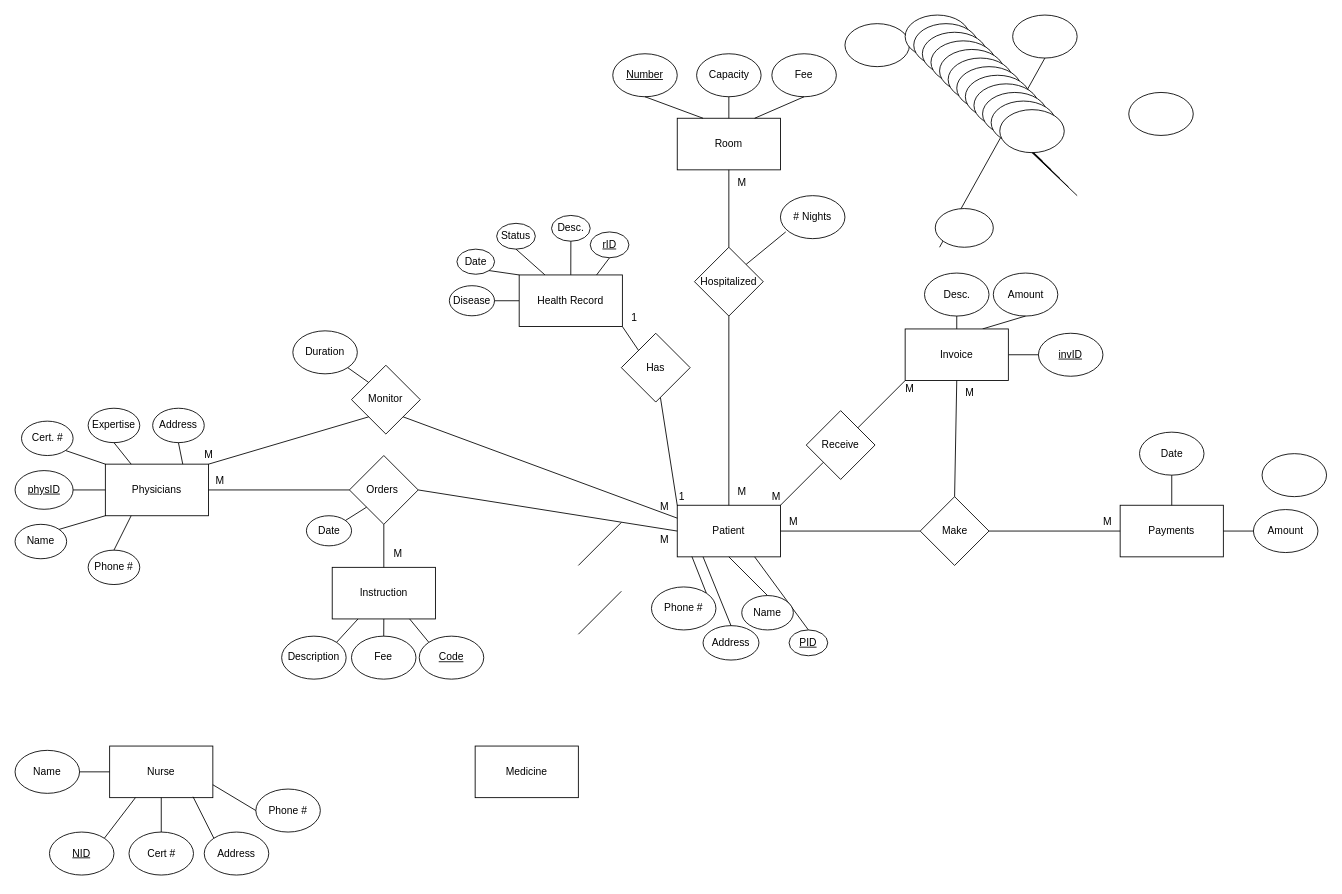
RPetrov453/cs480FinalProject keeps this draw.io diagram as Diagrams/finalERD.drawio. Above is the earlier version. Source tidied: cells renumbered, new cells numbered last; positions are measured from the earlier drawing's top-left corner, leaving out a move shared by most shapes. Both pictures are drawn from the tidied source at 86%, with x=0, y=0 at pixel (15, 15).
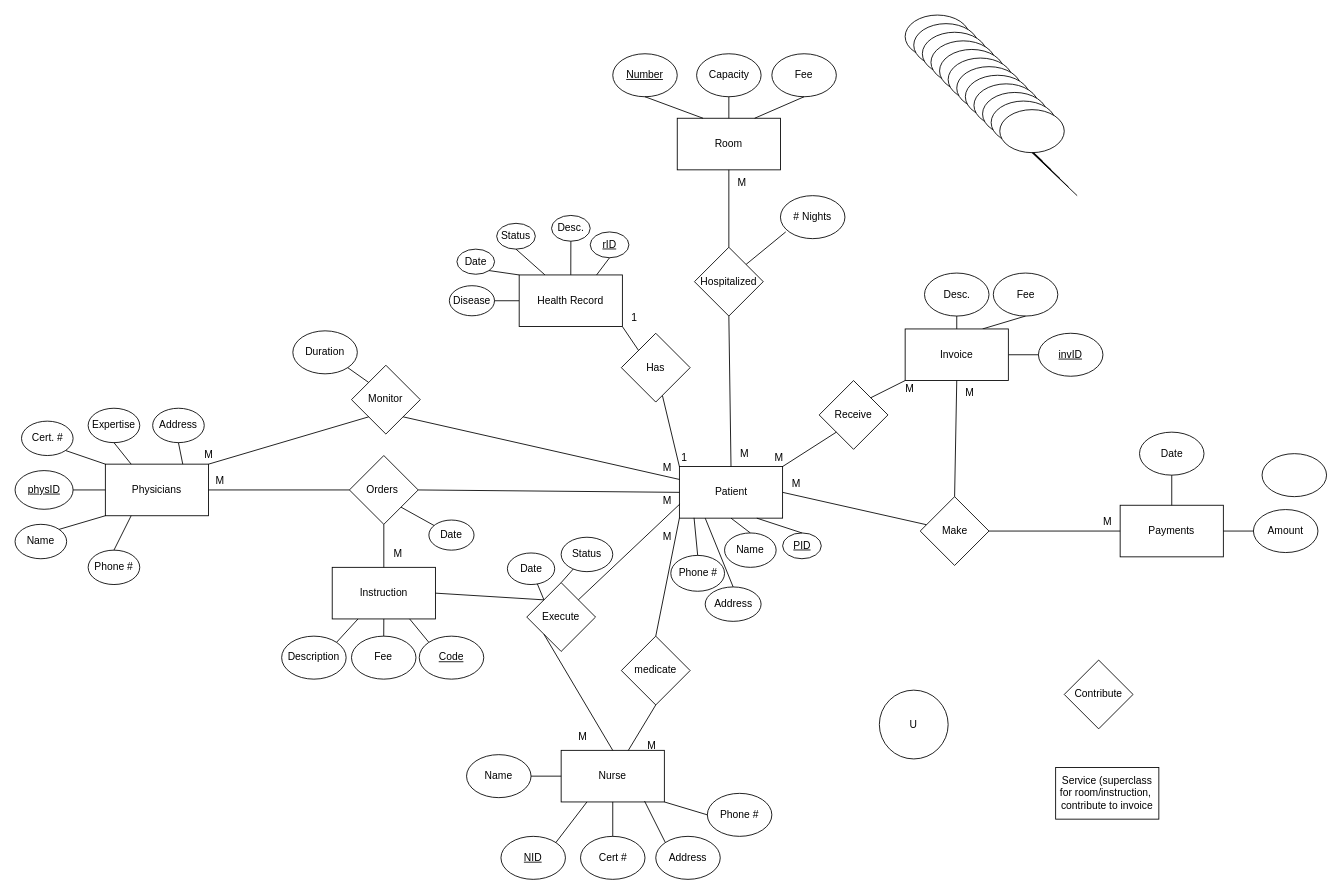
The same diagram, later.

Commit message (it also covers changes not shown here):
Corrected ERD based on OH feedback, almost done fully

Unchanged cells that the change refers to:
```xml
<mxCell id="4" value="Instruction" style="rounded=0;whiteSpace=wrap;html=1;" parent="1" vertex="1">
  <mxGeometry x="368.8" y="642.2" width="120" height="60" as="geometry" />
</mxCell>
<mxCell id="107" value="Orders&amp;nbsp;" style="rhombus;whiteSpace=wrap;html=1;" parent="1" vertex="1">
  <mxGeometry x="388.8" y="512.2" width="80" height="80" as="geometry" />
</mxCell>
```

Diff of the diagram source:
```diff
@@
     <mxCell id="6" value="Patient" style="rounded=0;whiteSpace=wrap;html=1;" parent="1" vertex="1">
-      <mxGeometry x="770" y="570" width="120" height="60" as="geometry" />
+      <mxGeometry x="772.5" y="525" width="120" height="60" as="geometry" />
     </mxCell>
     <mxCell id="7" value="Nurse" style="rounded=0;whiteSpace=wrap;html=1;" parent="1" vertex="1">
-      <mxGeometry x="110" y="850" width="120" height="60" as="geometry" />
+      <mxGeometry x="635" y="855" width="120" height="60" as="geometry" />
     </mxCell>
@@
-    <mxCell id="10" style="ellipse;whiteSpace=wrap;html=1;" parent="1" vertex="1">
-      <mxGeometry x="1295" y="90" width="75" height="50" as="geometry" />
-    </mxCell>
@@
-    <mxCell id="12" style="ellipse;whiteSpace=wrap;html=1;" parent="1" vertex="1">
-      <mxGeometry x="965" y="10" width="75" height="50" as="geometry" />
-    </mxCell>
@@
-    <mxCell id="25" style="ellipse;whiteSpace=wrap;html=1;" parent="1" vertex="1">
-      <mxGeometry x="1160" width="75" height="50" as="geometry" />
-    </mxCell>
-    <mxCell id="26" style="endArrow=none;html=1;rounded=0;entryX=0.5;entryY=1;entryDx=0;entryDy=0;" parent="1" edge="1" target="25">
-      <mxGeometry relative="1" as="geometry">
-        <mxPoint x="1075" y="270" as="sourcePoint" />
-      </mxGeometry>
-    </mxCell>
@@
-    <mxCell id="63" value="Amount" style="ellipse;whiteSpace=wrap;html=1;" parent="1" vertex="1">
+    <mxCell id="63" value="Fee" style="ellipse;whiteSpace=wrap;html=1;" parent="1" vertex="1">
       <mxGeometry x="1137.5" y="300" width="75" height="50" as="geometry" />
     </mxCell>
@@
-    <mxCell id="77" style="ellipse;whiteSpace=wrap;html=1;" parent="1" vertex="1">
-      <mxGeometry x="1070" y="225" width="67.5" height="45" as="geometry" />
-    </mxCell>
     <mxCell id="78" value="Phone #" style="ellipse;whiteSpace=wrap;html=1;" parent="1" vertex="1">
-      <mxGeometry x="280" y="900" width="75" height="50" as="geometry" />
+      <mxGeometry x="805" y="905" width="75" height="50" as="geometry" />
     </mxCell>
-    <mxCell id="79" style="endArrow=none;html=1;rounded=0;entryX=0;entryY=0.5;entryDx=0;entryDy=0;exitX=1;exitY=0.75;exitDx=0;exitDy=0;" parent="1" edge="1" source="7" target="78">
+    <mxCell id="79" style="endArrow=none;html=1;rounded=0;entryX=0;entryY=0.5;entryDx=0;entryDy=0;exitX=1;exitY=1;exitDx=0;exitDy=0;" parent="1" edge="1" source="7" target="78">
       <mxGeometry relative="1" as="geometry" />
     </mxCell>
@@
     <mxCell id="84" value="Name" style="ellipse;whiteSpace=wrap;html=1;" parent="1" vertex="1">
-      <mxGeometry y="855" width="75" height="50" as="geometry" />
+      <mxGeometry x="525" y="860" width="75" height="50" as="geometry" />
     </mxCell>
@@
     <mxCell id="88" value="&lt;u&gt;NID&lt;/u&gt;" style="ellipse;whiteSpace=wrap;html=1;" parent="1" vertex="1">
-      <mxGeometry x="40" y="950" width="75" height="50" as="geometry" />
+      <mxGeometry x="565" y="955" width="75" height="50" as="geometry" />
     </mxCell>
@@
     <mxCell id="90" value="Address" style="ellipse;whiteSpace=wrap;html=1;" parent="1" vertex="1">
-      <mxGeometry x="220" y="950" width="75" height="50" as="geometry" />
+      <mxGeometry x="745" y="955" width="75" height="50" as="geometry" />
     </mxCell>
@@
     <mxCell id="92" value="Cert #" style="ellipse;whiteSpace=wrap;html=1;" parent="1" vertex="1">
-      <mxGeometry x="132.5" y="950" width="75" height="50" as="geometry" />
+      <mxGeometry x="657.5" y="955" width="75" height="50" as="geometry" />
     </mxCell>
@@
     <mxCell id="94" value="Phone #" style="ellipse;whiteSpace=wrap;html=1;" parent="1" vertex="1">
-      <mxGeometry x="740" y="665" width="75" height="50" as="geometry" />
+      <mxGeometry x="762.5" y="628.3" width="62.5" height="41.7" as="geometry" />
     </mxCell>
-    <mxCell id="95" style="endArrow=none;html=1;rounded=0;entryX=1;entryY=0;entryDx=0;entryDy=0;exitX=0.142;exitY=0.994;exitDx=0;exitDy=0;exitPerimeter=0;" parent="1" edge="1" source="6" target="94">
+    <mxCell id="95" style="endArrow=none;html=1;rounded=0;entryX=0.5;entryY=0;entryDx=0;entryDy=0;exitX=0.142;exitY=0.994;exitDx=0;exitDy=0;exitPerimeter=0;" parent="1" edge="1" source="6" target="94">
       <mxGeometry relative="1" as="geometry" />
     </mxCell>
     <mxCell id="96" value="Address" style="ellipse;whiteSpace=wrap;html=1;" parent="1" vertex="1">
-      <mxGeometry x="800" y="710" width="65" height="40" as="geometry" />
+      <mxGeometry x="802.5" y="665" width="65" height="40" as="geometry" />
     </mxCell>
@@
     <mxCell id="98" value="&lt;u&gt;PID&lt;/u&gt;" style="ellipse;whiteSpace=wrap;html=1;" parent="1" vertex="1">
-      <mxGeometry x="900" y="715" width="45" height="30" as="geometry" />
+      <mxGeometry x="892.5" y="602.2" width="45" height="30" as="geometry" />
     </mxCell>
@@
     <mxCell id="100" value="Name" style="ellipse;whiteSpace=wrap;html=1;" parent="1" vertex="1">
-      <mxGeometry x="845" y="675" width="60" height="40" as="geometry" />
+      <mxGeometry x="825" y="602.2" width="60" height="40" as="geometry" />
     </mxCell>
@@
     <mxCell id="106" value="M" style="text;html=1;align=center;verticalAlign=middle;strokeColor=none;fillColor=none;" parent="1" vertex="1">
-      <mxGeometry x="830" y="540" width="30" height="30" as="geometry" />
+      <mxGeometry x="832.5" y="495" width="30" height="30" as="geometry" />
     </mxCell>
@@
     <mxCell id="114" value="M" style="text;html=1;align=center;verticalAlign=middle;strokeColor=none;fillColor=none;" parent="1" vertex="1">
-      <mxGeometry x="890" y="575" width="30" height="30" as="geometry" />
+      <mxGeometry x="892.5" y="530" width="30" height="30" as="geometry" />
     </mxCell>
@@
     <mxCell id="117" value="Receive" style="rhombus;whiteSpace=wrap;html=1;" parent="1" vertex="1">
-      <mxGeometry x="920" y="460" width="80" height="80" as="geometry" />
+      <mxGeometry x="935" y="425" width="80" height="80" as="geometry" />
     </mxCell>
@@
     <mxCell id="120" value="M" style="text;html=1;align=center;verticalAlign=middle;strokeColor=none;fillColor=none;" parent="1" vertex="1">
-      <mxGeometry x="870" y="545" width="30" height="30" as="geometry" />
+      <mxGeometry x="872.5" y="500" width="30" height="30" as="geometry" />
     </mxCell>
@@
     <mxCell id="128" value="M" style="text;html=1;align=center;verticalAlign=middle;points=[];strokeColor=none;fillColor=none;" parent="1" vertex="1">
-      <mxGeometry x="740" y="595" width="30" height="30" as="geometry" />
+      <mxGeometry x="742.5" y="550" width="30" height="30" as="geometry" />
     </mxCell>
@@
     <mxCell id="133" value="M" style="text;html=1;align=center;verticalAlign=middle;strokeColor=none;fillColor=none;" parent="1" vertex="1">
-      <mxGeometry x="740" y="557.2" width="30" height="30" as="geometry" />
+      <mxGeometry x="742.5" y="512.2" width="30" height="30" as="geometry" />
     </mxCell>
     <mxCell id="134" value="1" style="text;html=1;align=center;verticalAlign=middle;strokeColor=none;fillColor=none;" parent="1" vertex="1">
-      <mxGeometry x="760" y="545" width="30" height="30" as="geometry" />
+      <mxGeometry x="762.5" y="500" width="30" height="30" as="geometry" />
     </mxCell>
@@
-    <mxCell id="136" style="endArrow=none;html=1;rounded=0;exitX=0;exitY=1;exitDx=0;exitDy=0;" parent="1" edge="1" source="107" target="137">
+    <mxCell id="136" style="endArrow=none;html=1;rounded=0;exitX=1;exitY=1;exitDx=0;exitDy=0;" parent="1" edge="1" source="107" target="137">
       <mxGeometry relative="1" as="geometry" />
     </mxCell>
     <mxCell id="137" value="Date" style="ellipse;whiteSpace=wrap;html=1;" parent="1" vertex="1">
-      <mxGeometry x="338.8" y="582.2" width="52.5" height="35" as="geometry" />
+      <mxGeometry x="481.2" y="587.2" width="52.5" height="35" as="geometry" />
     </mxCell>
@@
-    <mxCell id="142" value="Medicine" style="rounded=0;whiteSpace=wrap;html=1;" parent="1" vertex="1">
-      <mxGeometry x="535" y="850" width="120" height="60" as="geometry" />
-    </mxCell>
-    <mxCell id="143" style="endArrow=none;html=1;rounded=0;" parent="1" edge="1">
-      <mxGeometry relative="1" as="geometry">
-        <mxPoint x="655" y="720" as="sourcePoint" />
-        <mxPoint x="705" y="670" as="targetPoint" />
-      </mxGeometry>
-    </mxCell>
-    <mxCell id="144" style="endArrow=none;html=1;rounded=0;" parent="1" edge="1">
-      <mxGeometry relative="1" as="geometry">
-        <mxPoint x="655" y="640" as="sourcePoint" />
-        <mxPoint x="705" y="590" as="targetPoint" />
-      </mxGeometry>
-    </mxCell>
+    <mxCell id="145" value="medicate" style="rhombus;whiteSpace=wrap;html=1;" parent="1" vertex="1">
+      <mxGeometry x="705" y="722.2" width="80" height="80" as="geometry" />
+    </mxCell>
+    <mxCell id="146" style="endArrow=none;html=1;rounded=0;entryX=0;entryY=1;entryDx=0;entryDy=0;exitX=0.5;exitY=0;exitDx=0;exitDy=0;" parent="1" edge="1" source="145" target="6">
+      <mxGeometry relative="1" as="geometry" />
+    </mxCell>
+    <mxCell id="147" style="endArrow=none;html=1;rounded=0;entryX=0.5;entryY=1;entryDx=0;entryDy=0;" parent="1" edge="1" source="7" target="145">
+      <mxGeometry relative="1" as="geometry" />
+    </mxCell>
+    <mxCell id="148" value="Service (superclass for room/instruction,&amp;nbsp; contribute to invoice" style="rounded=0;whiteSpace=wrap;html=1;" parent="1" vertex="1">
+      <mxGeometry x="1210" y="875" width="120" height="60" as="geometry" />
+    </mxCell>
+    <mxCell id="149" value="Contribute" style="rhombus;whiteSpace=wrap;html=1;" parent="1" vertex="1">
+      <mxGeometry x="1220" y="750" width="80" height="80" as="geometry" />
+    </mxCell>
+    <mxCell id="150" value="U" style="ellipse;whiteSpace=wrap;html=1;" parent="1" vertex="1">
+      <mxGeometry x="1005" y="785" width="80" height="80" as="geometry" />
+    </mxCell>
+    <mxCell id="151" value="Execute" style="rhombus;whiteSpace=wrap;html=1;" parent="1" vertex="1">
+      <mxGeometry x="595" y="660" width="80" height="80" as="geometry" />
+    </mxCell>
+    <mxCell id="152" style="endArrow=none;html=1;rounded=0;exitX=0.5;exitY=0;exitDx=0;exitDy=0;entryX=0;entryY=1;entryDx=0;entryDy=0;" parent="1" edge="1" source="7" target="151">
+      <mxGeometry relative="1" as="geometry" />
+    </mxCell>
+    <mxCell id="153" style="endArrow=none;html=1;rounded=0;entryX=1;entryY=0.5;entryDx=0;entryDy=0;exitX=0;exitY=0;exitDx=0;exitDy=0;" parent="1" edge="1" source="151" target="4">
+      <mxGeometry relative="1" as="geometry" />
+    </mxCell>
+    <mxCell id="154" style="endArrow=none;html=1;rounded=0;entryX=1.024;entryY=0.613;entryDx=0;entryDy=0;exitX=1;exitY=0;exitDx=0;exitDy=0;entryPerimeter=0;" parent="1" edge="1" source="151" target="128">
+      <mxGeometry relative="1" as="geometry" />
+    </mxCell>
+    <mxCell id="155" style="endArrow=none;html=1;rounded=0;exitX=0;exitY=0;exitDx=0;exitDy=0;" parent="1" edge="1" source="151" target="156">
+      <mxGeometry relative="1" as="geometry" />
+    </mxCell>
+    <mxCell id="156" value="Date" style="ellipse;whiteSpace=wrap;html=1;" parent="1" vertex="1">
+      <mxGeometry x="572.5" y="625.5" width="55" height="36.7" as="geometry" />
+    </mxCell>
+    <mxCell id="157" value="M" style="text;html=1;align=center;verticalAlign=middle;strokeColor=none;fillColor=none;" parent="1" vertex="1">
+      <mxGeometry x="725" y="835" width="30" height="30" as="geometry" />
+    </mxCell>
+    <mxCell id="158" value="M" style="text;html=1;align=center;verticalAlign=middle;strokeColor=none;fillColor=none;" parent="1" vertex="1">
+      <mxGeometry x="742.5" y="592.2" width="30" height="30" as="geometry" />
+    </mxCell>
+    <mxCell id="159" value="M" style="text;html=1;align=center;verticalAlign=middle;strokeColor=none;fillColor=none;" parent="1" vertex="1">
+      <mxGeometry x="645" y="825" width="30" height="30" as="geometry" />
+    </mxCell>
+    <mxCell id="160" style="endArrow=none;html=1;rounded=0;exitX=0.5;exitY=0;exitDx=0;exitDy=0;" parent="1" edge="1" source="151" target="161">
+      <mxGeometry relative="1" as="geometry" />
+    </mxCell>
+    <mxCell id="161" value="Status" style="ellipse;whiteSpace=wrap;html=1;" parent="1" vertex="1">
+      <mxGeometry x="635" y="607.2" width="60" height="40" as="geometry" />
+    </mxCell>
```
